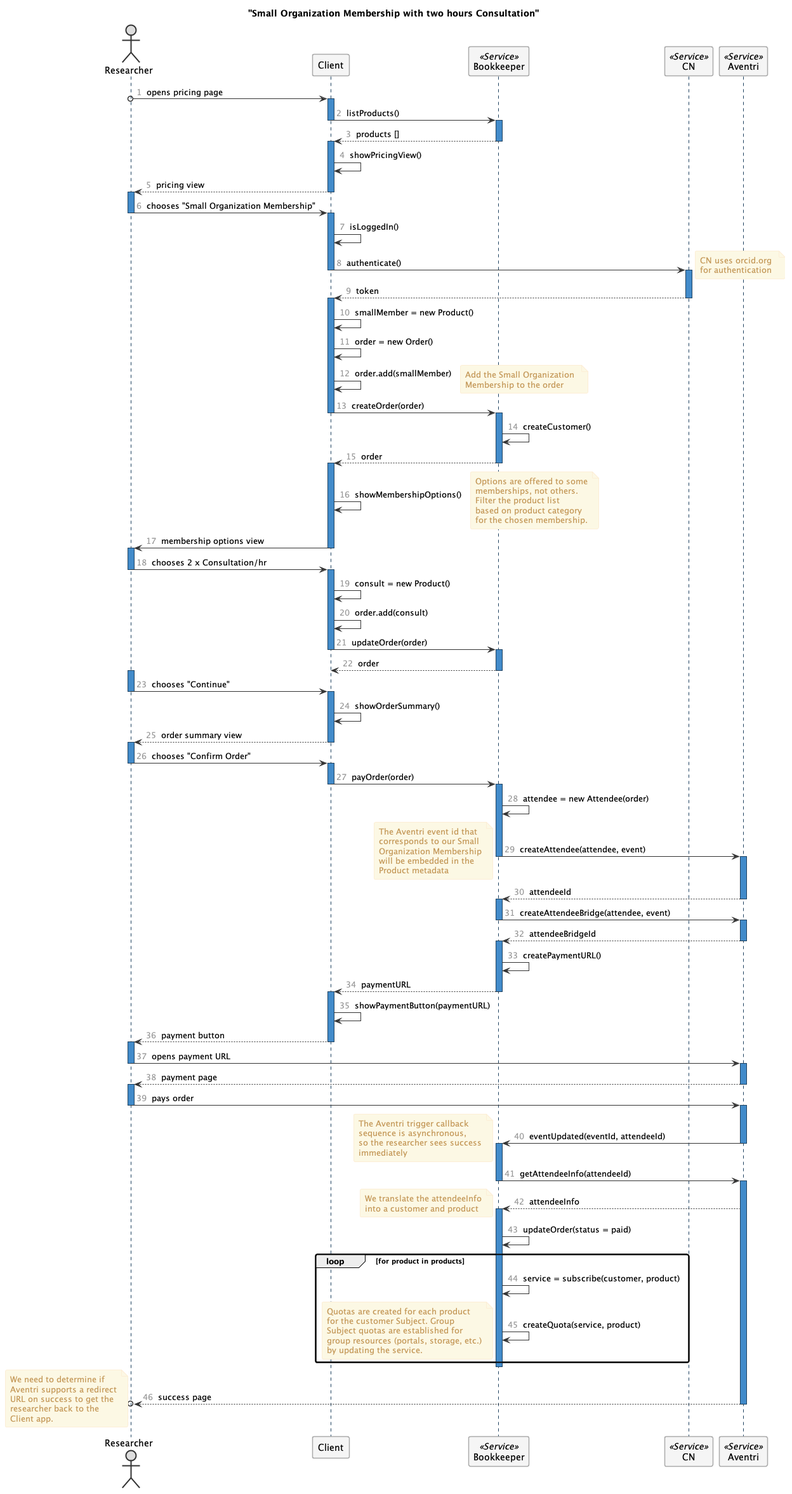
Earlier version of the PlantUML export images/create-order.png (csjx/d1-membership-plan-mgmt).
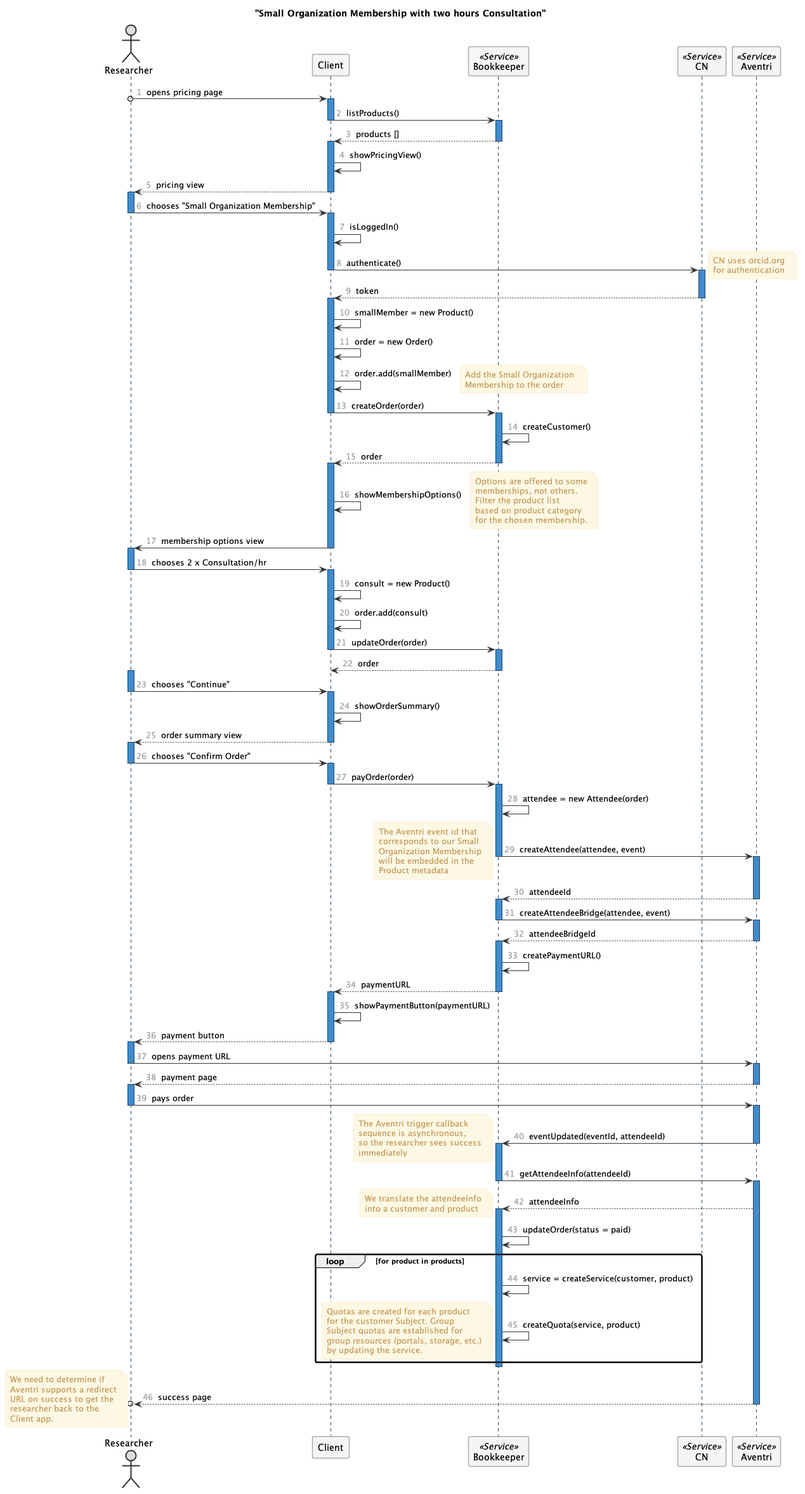
Above is the later version.

The edit, as a diff of the source:
```diff
@@ -4,6 +4,8 @@
       skinparam padding 2
       skinparam linetype ortho
       skinparam bbackgroundColor #000000
+      skinparam stereotypeCBackgroundColor #C3D3E3
+
 
       skinparam sequence {
       	ArrowColor #1F4260
@@ -202,7 +204,7 @@
     activate Bookkeeper
         Bookkeeper -> Bookkeeper : updateOrder(status = paid)
         loop for product in products
-            Bookkeeper -> Bookkeeper : service = subscribe(customer, product)
+            Bookkeeper -> Bookkeeper : service = createService(customer, product)
             Bookkeeper -> Bookkeeper : createQuota(service, product)
             note left
                 Quotas are created for each product
```
